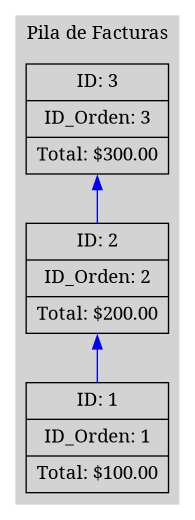
The Graphviz diagram AutoGestPro/Reports/pilaFacturas.png in eric-rojas/-EDD-1S2025_202200331, before a commit. Its source is kept beside it as AutoGestPro/Reports/pilaFacturas.dot. Its diagram source:
```dot
digraph G {
    rankdir=TB;
    node [shape=record];
    subgraph cluster_0 {
        label = "Pila de Facturas";
        style=filled;
        color=lightgrey;
        node3 [label="{ID: 3 | ID_Orden: 3 | Total: $300.00}"];
        node2 [label="{ID: 2 | ID_Orden: 2 | Total: $200.00}"];
        node1 [label="{ID: 1 | ID_Orden: 1 | Total: $100.00}"];
        node3 -> node2 [dir=back, color="blue"];
        node2 -> node1 [dir=back, color="blue"];
    }
}
```
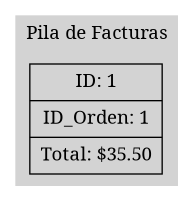
The same file after the commit.

Diff of the diagram source:
```diff
@@ -5,10 +5,6 @@
         label = "Pila de Facturas";
         style=filled;
         color=lightgrey;
-        node3 [label="{ID: 3 | ID_Orden: 3 | Total: $300.00}"];
-        node2 [label="{ID: 2 | ID_Orden: 2 | Total: $200.00}"];
-        node1 [label="{ID: 1 | ID_Orden: 1 | Total: $100.00}"];
-        node3 -> node2 [dir=back, color="blue"];
-        node2 -> node1 [dir=back, color="blue"];
+        node1 [label="{ID: 1 | ID_Orden: 1 | Total: $35.50}"];
     }
 }
```
